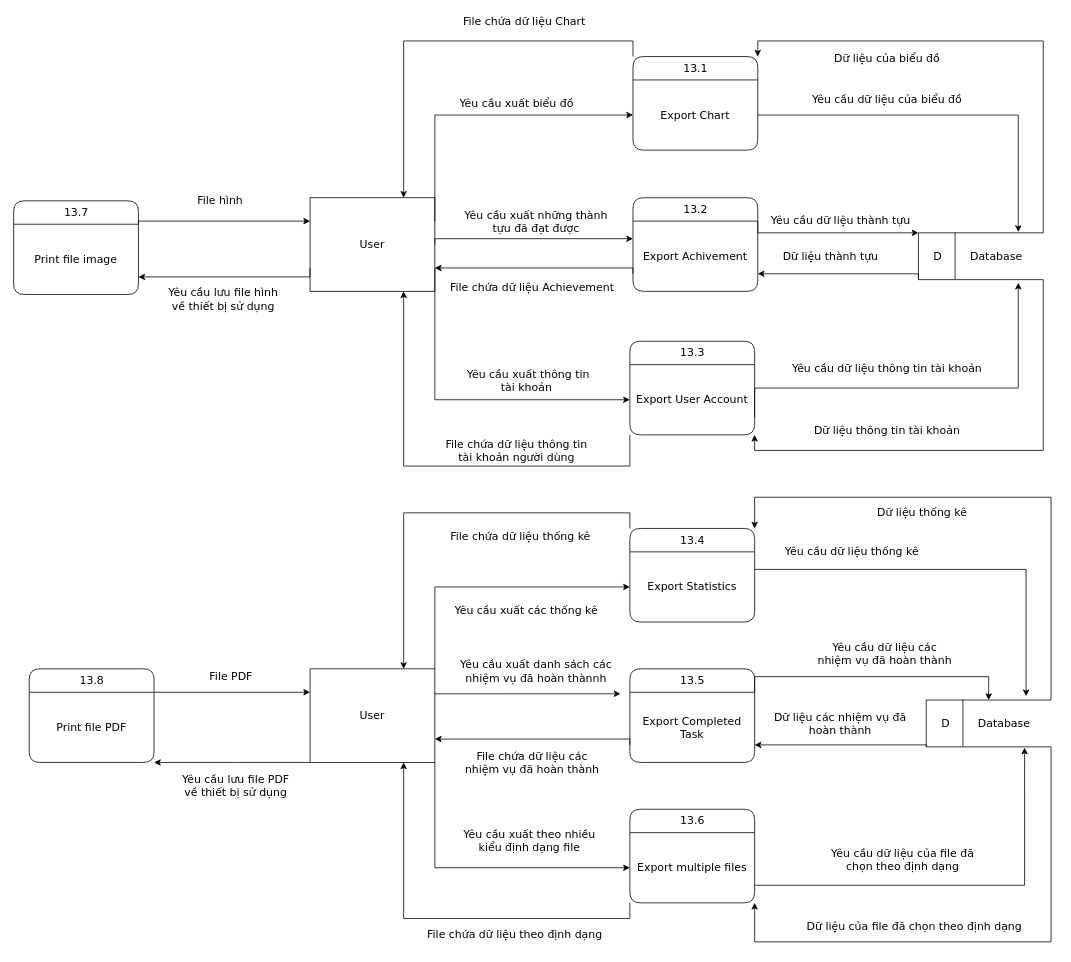
Above: ToDoApp-Doc/Document/Diagram/DFD/Export_Print/Export_Print.drawio in Merevoli-DatLuu/To-Do-App (draw.io), before the change. Source tidied: cells renumbered, new cells numbered last; positions are measured from the earlier drawing's top-left corner, leaving out a move shared by most shapes. Both pictures are drawn from the tidied source at 78%, with x=0, y=0 at pixel (13, 13).
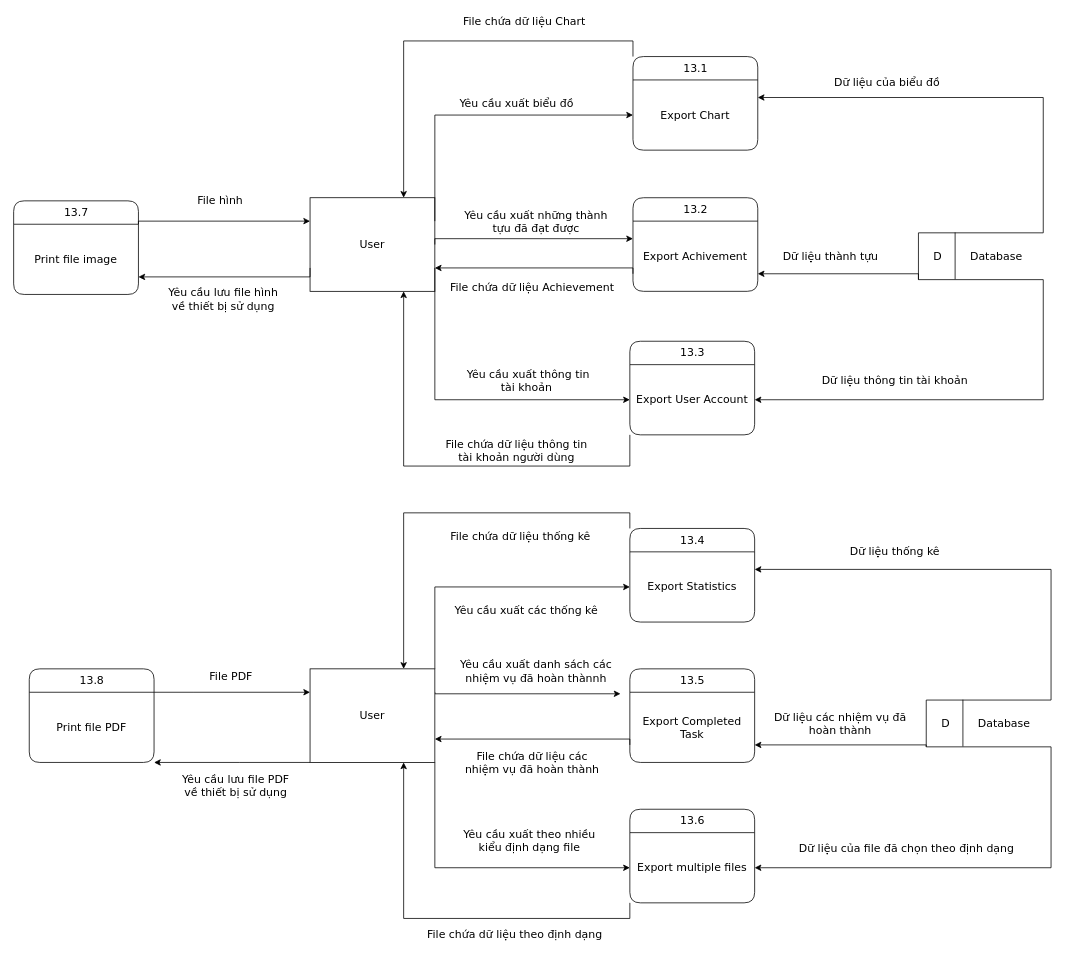
The same page after the edit.

Commit message (it also covers changes not shown here):
[Modified]: Export_Print Data Flow Diagram

The change refers to these unchanged cells:
```xml
<mxCell id="6" style="group;" parent="1" vertex="1">
  <mxGeometry x="380" y="50" width="950" height="1140" as="geometry" />
</mxCell>
<mxCell id="9" value="13.1" style="swimlane;horizontal=1;startSize=30;rounded=1;fontSize=14;fontStyle=0;strokeWidth=1;shadow=0;dashed=0;align=center;html=1;fontFamily=Verdana;" parent="6" vertex="1">
  <mxGeometry x="414" y="5" width="160" height="120" as="geometry" />
</mxCell>
<mxCell id="10" value="Export Chart" style="text;html=1;strokeColor=none;fillColor=none;align=center;verticalAlign=middle;whiteSpace=wrap;rounded=0;fontFamily=Verdana;fontSize=14;" parent="9" vertex="1">
  <mxGeometry y="30" width="160" height="90" as="geometry" />
</mxCell>
<mxCell id="13" value="Export Achivement" style="text;html=1;strokeColor=none;fillColor=none;align=center;verticalAlign=middle;whiteSpace=wrap;rounded=0;fontFamily=Verdana;fontSize=14;" parent="12" vertex="1">
  <mxGeometry y="30" width="160" height="90" as="geometry" />
</mxCell>
<mxCell id="16" value="Export User Account" style="text;html=1;strokeColor=none;fillColor=none;align=center;verticalAlign=middle;whiteSpace=wrap;rounded=0;fontFamily=Verdana;fontSize=14;" parent="15" vertex="1">
  <mxGeometry y="30" width="160" height="90" as="geometry" />
</mxCell>
<mxCell id="17" value="13.4" style="swimlane;horizontal=1;startSize=30;rounded=1;fontSize=14;fontStyle=0;strokeWidth=1;shadow=0;dashed=0;align=center;html=1;fontFamily=Verdana;" parent="6" vertex="1">
  <mxGeometry x="410" y="610" width="160" height="120" as="geometry" />
</mxCell>
<mxCell id="18" value="Export Statistics" style="text;whiteSpace=wrap;html=1;align=center;verticalAlign=middle;fontFamily=Verdana;fontSize=14;" parent="17" vertex="1">
  <mxGeometry y="30" width="160" height="90" as="geometry" />
</mxCell>
<mxCell id="20" value="Export Completed Task" style="text;whiteSpace=wrap;html=1;verticalAlign=middle;align=center;fontFamily=Verdana;fontSize=14;" parent="19" vertex="1">
  <mxGeometry y="30" width="160" height="90" as="geometry" />
</mxCell>
<mxCell id="22" value="Export multiple files" style="text;whiteSpace=wrap;html=1;align=center;verticalAlign=middle;fontFamily=Verdana;fontSize=14;" parent="21" vertex="1">
  <mxGeometry y="30" width="160" height="90" as="geometry" />
</mxCell>
<mxCell id="30" style="strokeWidth=1;html=1;shape=mxgraph.flowchart.annotation_1;align=left;" parent="29" vertex="1">
  <mxGeometry y="1" width="160" height="60" as="geometry" />
</mxCell>
<mxCell id="51" style="strokeWidth=1;html=1;shape=mxgraph.flowchart.annotation_1;align=left;" parent="50" vertex="1">
  <mxGeometry y="1" width="160" height="60" as="geometry" />
</mxCell>
```

The edit, as a diff of the source:
```diff
@@
-    <mxCell id="34" value="Yêu cầu dữ liệu thành tựu&amp;nbsp;&amp;nbsp;" style="text;html=1;strokeColor=none;fillColor=none;align=center;verticalAlign=middle;whiteSpace=wrap;rounded=0;fontFamily=Verdana;fontSize=14;" parent="6" vertex="1">
-      <mxGeometry x="580" y="200" width="210" height="30" as="geometry" />
-    </mxCell>
-    <mxCell id="35" value="Yêu cầu dữ liệu thông tin tài khoản" style="text;html=1;strokeColor=none;fillColor=none;align=center;verticalAlign=middle;whiteSpace=wrap;rounded=0;fontFamily=Verdana;fontSize=14;" parent="6" vertex="1">
-      <mxGeometry x="615" y="390" width="250" height="30" as="geometry" />
-    </mxCell>
-    <mxCell id="36" value="Yêu cầu dữ liệu thống kê" style="text;html=1;strokeColor=none;fillColor=none;align=center;verticalAlign=middle;whiteSpace=wrap;rounded=0;fontFamily=Verdana;fontSize=14;" parent="6" vertex="1">
-      <mxGeometry x="600" y="630" width="190" height="20" as="geometry" />
-    </mxCell>
-    <mxCell id="37" value="Yêu cầu dữ liệu các nhiệm vụ&amp;nbsp;đã hoàn thành" style="text;html=1;strokeColor=none;fillColor=none;align=center;verticalAlign=middle;whiteSpace=wrap;rounded=0;fontFamily=Verdana;fontSize=14;" parent="6" vertex="1">
-      <mxGeometry x="647" y="750" width="180" height="40" as="geometry" />
-    </mxCell>
-    <mxCell id="38" value="Yêu cầu dữ liệu của file&amp;nbsp;đã chọn theo&amp;nbsp;định dạng" style="text;html=1;strokeColor=none;fillColor=none;align=center;verticalAlign=middle;whiteSpace=wrap;rounded=0;fontFamily=Verdana;fontSize=14;" parent="6" vertex="1">
-      <mxGeometry x="665" y="1020" width="190" height="30" as="geometry" />
-    </mxCell>
-    <mxCell id="39" value="Yêu cầu dữ liệu của biểu&amp;nbsp;đồ" style="text;html=1;strokeColor=none;fillColor=none;align=center;verticalAlign=middle;whiteSpace=wrap;rounded=0;fontFamily=Verdana;fontSize=14;" parent="6" vertex="1">
-      <mxGeometry x="630" y="50" width="220" height="20" as="geometry" />
-    </mxCell>
     <mxCell id="40" value="Dữ liệu của biểu&amp;nbsp;đồ" style="text;html=1;strokeColor=none;fillColor=none;align=center;verticalAlign=middle;whiteSpace=wrap;rounded=0;fontFamily=Verdana;fontSize=14;" parent="6" vertex="1">
-      <mxGeometry x="665" width="150" height="15" as="geometry" />
+      <mxGeometry x="665" y="30" width="150" height="15" as="geometry" />
     </mxCell>
@@
     <mxCell id="42" value="Dữ liệu thông tin tài khoản" style="text;html=1;strokeColor=none;fillColor=none;align=center;verticalAlign=middle;whiteSpace=wrap;rounded=0;fontFamily=Verdana;fontSize=14;" parent="6" vertex="1">
-      <mxGeometry x="640" y="470" width="200" height="30" as="geometry" />
+      <mxGeometry x="650" y="405" width="200" height="30" as="geometry" />
     </mxCell>
     <mxCell id="43" value="Dữ liệu thống kê" style="text;html=1;strokeColor=none;fillColor=none;align=center;verticalAlign=middle;whiteSpace=wrap;rounded=0;fontFamily=Verdana;fontSize=14;" parent="6" vertex="1">
-      <mxGeometry x="720" y="580" width="130" height="20" as="geometry" />
+      <mxGeometry x="685" y="630" width="130" height="20" as="geometry" />
     </mxCell>
@@
     <mxCell id="45" value="Dữ liệu của file&amp;nbsp;đã chọn theo&amp;nbsp;định dạng" style="text;html=1;strokeColor=none;fillColor=none;align=center;verticalAlign=middle;whiteSpace=wrap;rounded=0;fontFamily=Verdana;fontSize=14;" parent="6" vertex="1">
-      <mxGeometry x="630" y="1110" width="290" height="20" as="geometry" />
+      <mxGeometry x="620" y="1010" width="290" height="20" as="geometry" />
     </mxCell>
@@
-    <mxCell id="55" style="edgeStyle=orthogonalEdgeStyle;rounded=0;jettySize=auto;html=1;exitX=1;exitY=0.5;exitDx=0;exitDy=0;entryX=0.8;entryY=-0.017;entryDx=0;entryDy=0;entryPerimeter=0;" parent="6" edge="1" source="10" target="30">
-      <mxGeometry relative="1" as="geometry" />
-    </mxCell>
@@
-    <mxCell id="59" style="edgeStyle=orthogonalEdgeStyle;rounded=0;jettySize=auto;html=1;exitX=1;exitY=0;exitDx=0;exitDy=0;exitPerimeter=0;entryX=1;entryY=0;entryDx=0;entryDy=0;" parent="6" edge="1" source="30" target="9">
-      <mxGeometry relative="1" as="geometry" />
-    </mxCell>
@@
-    <mxCell id="62" style="edgeStyle=orthogonalEdgeStyle;rounded=0;jettySize=auto;html=1;exitX=1;exitY=0;exitDx=0;exitDy=0;entryX=0;entryY=0;entryDx=0;entryDy=0;entryPerimeter=0;" parent="6" edge="1" source="13" target="30">
-      <mxGeometry relative="1" as="geometry">
-        <Array as="points">
-          <mxPoint x="574" y="231" />
-        </Array>
-      </mxGeometry>
-    </mxCell>
@@
-    <mxCell id="64" style="edgeStyle=orthogonalEdgeStyle;rounded=0;jettySize=auto;html=1;exitX=1;exitY=1;exitDx=0;exitDy=0;exitPerimeter=0;entryX=1;entryY=1;entryDx=0;entryDy=0;" parent="6" edge="1" source="51" target="22">
-      <mxGeometry relative="1" as="geometry">
-        <Array as="points">
-          <mxPoint x="950" y="1140" />
-          <mxPoint x="570" y="1140" />
-        </Array>
-      </mxGeometry>
-    </mxCell>
-    <mxCell id="65" style="edgeStyle=orthogonalEdgeStyle;rounded=0;jettySize=auto;html=1;exitX=1;exitY=1;exitDx=0;exitDy=0;exitPerimeter=0;entryX=1;entryY=1;entryDx=0;entryDy=0;" parent="6" edge="1" source="30" target="16">
-      <mxGeometry relative="1" as="geometry" />
-    </mxCell>
@@
-    <mxCell id="67" style="edgeStyle=orthogonalEdgeStyle;rounded=0;jettySize=auto;html=1;exitX=1;exitY=0.75;exitDx=0;exitDy=0;entryX=0.8;entryY=1.067;entryDx=0;entryDy=0;entryPerimeter=0;" parent="6" edge="1" source="16" target="30">
-      <mxGeometry relative="1" as="geometry">
-        <Array as="points">
-          <mxPoint x="570" y="430" />
-          <mxPoint x="908" y="430" />
-        </Array>
-      </mxGeometry>
-    </mxCell>
-    <mxCell id="68" style="edgeStyle=orthogonalEdgeStyle;rounded=0;jettySize=auto;html=1;exitX=1;exitY=0.75;exitDx=0;exitDy=0;entryX=0.788;entryY=1.017;entryDx=0;entryDy=0;entryPerimeter=0;" parent="6" edge="1" source="22" target="51">
-      <mxGeometry relative="1" as="geometry" />
-    </mxCell>
-    <mxCell id="69" style="edgeStyle=orthogonalEdgeStyle;rounded=0;jettySize=auto;html=1;exitX=1;exitY=0;exitDx=0;exitDy=0;exitPerimeter=0;entryX=1;entryY=0;entryDx=0;entryDy=0;" parent="6" edge="1" source="51" target="17">
-      <mxGeometry relative="1" as="geometry">
-        <Array as="points">
-          <mxPoint x="950" y="570" />
-          <mxPoint x="570" y="570" />
-        </Array>
-      </mxGeometry>
-    </mxCell>
-    <mxCell id="70" style="edgeStyle=orthogonalEdgeStyle;rounded=0;jettySize=auto;html=1;exitX=1;exitY=0.25;exitDx=0;exitDy=0;entryX=0.8;entryY=-0.083;entryDx=0;entryDy=0;entryPerimeter=0;" parent="6" edge="1" source="18" target="51">
-      <mxGeometry relative="1" as="geometry" />
-    </mxCell>
-    <mxCell id="71" style="edgeStyle=orthogonalEdgeStyle;rounded=0;jettySize=auto;html=1;exitX=1;exitY=0;exitDx=0;exitDy=0;entryX=0.5;entryY=0;entryDx=0;entryDy=0;entryPerimeter=0;" parent="6" edge="1" source="20" target="51">
-      <mxGeometry relative="1" as="geometry" />
-    </mxCell>
@@
+    <mxCell id="87" style="edgeStyle=orthogonalEdgeStyle;rounded=0;jettySize=auto;html=1;exitX=1;exitY=0;exitDx=0;exitDy=0;exitPerimeter=0;entryX=1;entryY=0.25;entryDx=0;entryDy=0;" parent="6" edge="1" source="30" target="10">
+      <mxGeometry relative="1" as="geometry" />
+    </mxCell>
+    <mxCell id="65" style="edgeStyle=orthogonalEdgeStyle;rounded=0;jettySize=auto;html=1;exitX=1;exitY=1;exitDx=0;exitDy=0;exitPerimeter=0;entryX=1;entryY=0.5;entryDx=0;entryDy=0;" parent="6" edge="1" source="30" target="16">
+      <mxGeometry relative="1" as="geometry" />
+    </mxCell>
+    <mxCell id="88" style="edgeStyle=orthogonalEdgeStyle;rounded=0;jettySize=auto;html=1;exitX=1;exitY=0;exitDx=0;exitDy=0;exitPerimeter=0;entryX=1;entryY=0.25;entryDx=0;entryDy=0;" parent="6" edge="1" source="51" target="18">
+      <mxGeometry relative="1" as="geometry" />
+    </mxCell>
+    <mxCell id="64" style="edgeStyle=orthogonalEdgeStyle;rounded=0;jettySize=auto;html=1;exitX=1;exitY=1;exitDx=0;exitDy=0;exitPerimeter=0;entryX=1;entryY=0.5;entryDx=0;entryDy=0;" parent="6" edge="1" source="51" target="22">
+      <mxGeometry relative="1" as="geometry" />
+    </mxCell>
```
